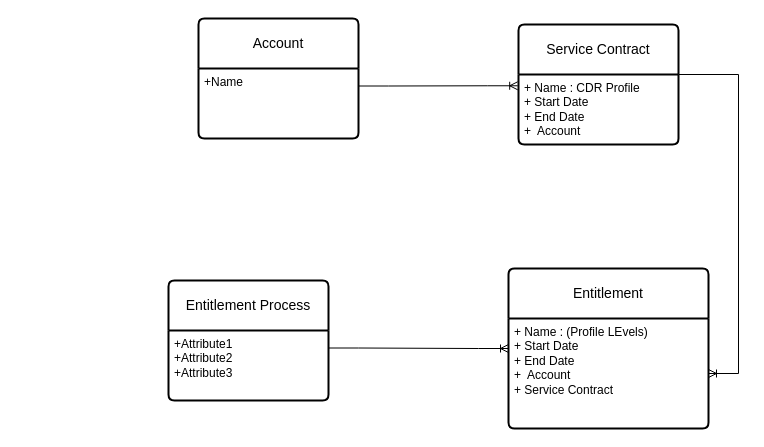
This is Shared Texts files/EurofinerDiagrams/CDR SLA PRODUCT BASED.drawio from navanitK/commonFiles, a draw.io file, before an edit. Source tidied: cells renumbered, new cells numbered last; positions are measured from the earlier drawing's top-left corner, leaving out a move shared by most shapes. Both pictures are drawn from the tidied source at 100%, with x=0, y=0 at pixel (168, 18).
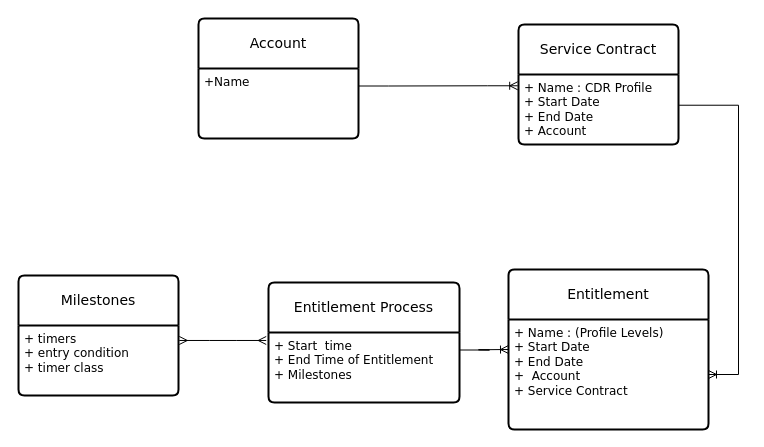
Above is the later version.

Commit message (it also covers changes not shown here):
all good here

What changed in the source:
```diff
@@
 <mxGraphModel>
   <root>
     <mxCell id="0" />
     <mxCell id="1" parent="0" />
-    <mxCell id="2" value="Account" style="swimlane;horizontal=1;startSize=50;rounded=1;fontSize=14;fontStyle=0;strokeWidth=2;shadow=0;dashed=0;align=center;arcSize=4;whiteSpace=wrap;html=1;" parent="1" vertex="1">
+    <mxCell id="2" value="Account" style="swimlane;horizontal=1;startSize=50;rounded=1;fontSize=14;fontStyle=0;strokeWidth=2;shadow=0;dashed=0;align=center;arcSize=4;whiteSpace=wrap;html=1;fontFamily=Verdana;" parent="1" vertex="1">
       <mxGeometry x="30" width="160" height="120" as="geometry" />
     </mxCell>
-    <mxCell id="3" value="+Name&lt;div&gt;&lt;br&gt;&lt;/div&gt;" style="align=left;strokeColor=none;fillColor=none;spacingLeft=4;fontSize=12;verticalAlign=top;html=1;" parent="2" vertex="1">
+    <mxCell id="3" value="+Name&lt;div&gt;&lt;br&gt;&lt;/div&gt;" style="align=left;strokeColor=none;fillColor=none;spacingLeft=4;fontSize=12;verticalAlign=top;html=1;fontFamily=Verdana;" parent="2" vertex="1">
       <mxGeometry y="50" width="160" height="70" as="geometry" />
     </mxCell>
-    <mxCell id="4" value="Service Contract" style="swimlane;horizontal=1;startSize=50;rounded=1;fontSize=14;fontStyle=0;strokeWidth=2;shadow=0;dashed=0;align=center;arcSize=4;whiteSpace=wrap;html=1;" parent="1" vertex="1">
+    <mxCell id="4" value="Service Contract" style="swimlane;horizontal=1;startSize=50;rounded=1;fontSize=14;fontStyle=0;strokeWidth=2;shadow=0;dashed=0;align=center;arcSize=4;whiteSpace=wrap;html=1;fontFamily=Verdana;" parent="1" vertex="1">
       <mxGeometry x="350" y="6" width="160" height="120" as="geometry" />
     </mxCell>
-    <mxCell id="5" value="+ Name : CDR Profile&lt;div&gt;+ Start Date&lt;/div&gt;&lt;div&gt;+ End Date&lt;/div&gt;&lt;div&gt;+&amp;nbsp; Account&lt;/div&gt;" style="align=left;strokeColor=none;fillColor=none;spacingLeft=4;fontSize=12;verticalAlign=top;html=1;" parent="4" vertex="1">
+    <mxCell id="5" value="+ Name : CDR Profile&lt;div&gt;+ Start Date&lt;/div&gt;&lt;div&gt;+ End Date&lt;/div&gt;&lt;div&gt;+ Account&lt;/div&gt;" style="align=left;strokeColor=none;fillColor=none;spacingLeft=4;fontSize=12;verticalAlign=top;html=1;fontFamily=Verdana;" parent="4" vertex="1">
       <mxGeometry y="50" width="160" height="70" as="geometry" />
     </mxCell>
-    <mxCell id="6" value="Entitlement" style="swimlane;horizontal=1;startSize=50;rounded=1;fontSize=14;fontStyle=0;strokeWidth=2;shadow=0;dashed=0;align=center;arcSize=4;whiteSpace=wrap;html=1;" parent="1" vertex="1">
-      <mxGeometry x="340" y="250" width="200" height="160" as="geometry" />
+    <mxCell id="6" value="Entitlement" style="swimlane;horizontal=1;startSize=50;rounded=1;fontSize=14;fontStyle=0;strokeWidth=2;shadow=0;dashed=0;align=center;arcSize=4;whiteSpace=wrap;html=1;fontFamily=Verdana;" parent="1" vertex="1">
+      <mxGeometry x="340" y="251" width="200" height="160" as="geometry" />
     </mxCell>
-    <mxCell id="7" value="+ Name : (Profile LEvels)&lt;div&gt;+ Start Date&lt;/div&gt;&lt;div&gt;+ End Date&lt;/div&gt;&lt;div&gt;+&amp;nbsp; Account&amp;nbsp;&lt;/div&gt;&lt;div&gt;+ Service Contract&lt;/div&gt;" style="align=left;strokeColor=none;fillColor=none;spacingLeft=4;fontSize=12;verticalAlign=top;html=1;" parent="6" vertex="1">
+    <mxCell id="7" value="+ Name : (Profile Levels)&lt;div&gt;+ Start Date&lt;/div&gt;&lt;div&gt;+ End Date&lt;/div&gt;&lt;div&gt;+&amp;nbsp; Account&amp;nbsp;&lt;/div&gt;&lt;div&gt;+ Service Contract&lt;/div&gt;" style="align=left;strokeColor=none;fillColor=none;spacingLeft=4;fontSize=12;verticalAlign=top;html=1;fontFamily=Verdana;" parent="6" vertex="1">
       <mxGeometry y="50" width="200" height="110" as="geometry" />
     </mxCell>
-    <mxCell id="8" style="edgeStyle=entityRelationEdgeStyle;fontSize=12;html=1;endArrow=ERoneToMany;rounded=0;exitX=1;exitY=0;exitDx=0;exitDy=0;" parent="1" edge="1" source="5" target="7">
-      <mxGeometry relative="1" as="geometry" />
+    <mxCell id="8" style="edgeStyle=entityRelationEdgeStyle;fontSize=12;html=1;endArrow=ERoneToMany;rounded=0;exitX=1.004;exitY=0.439;exitDx=0;exitDy=0;exitPerimeter=0;fontFamily=Verdana;" parent="1" edge="1" source="5" target="7">
+      <mxGeometry relative="1" as="geometry">
+        <Array as="points">
+          <mxPoint x="500" y="160" />
+        </Array>
+      </mxGeometry>
     </mxCell>
-    <mxCell id="9" style="edgeStyle=entityRelationEdgeStyle;fontSize=12;html=1;endArrow=ERoneToMany;rounded=0;exitX=1;exitY=0.25;exitDx=0;exitDy=0;entryX=-0.005;entryY=0.161;entryDx=0;entryDy=0;entryPerimeter=0;" parent="1" edge="1" source="3" target="5">
+    <mxCell id="9" style="edgeStyle=entityRelationEdgeStyle;fontSize=12;html=1;endArrow=ERoneToMany;rounded=0;exitX=1;exitY=0.25;exitDx=0;exitDy=0;entryX=-0.005;entryY=0.161;entryDx=0;entryDy=0;entryPerimeter=0;fontFamily=Verdana;" parent="1" edge="1" source="3" target="5">
       <mxGeometry relative="1" as="geometry" />
     </mxCell>
-    <mxCell id="10" value="Entitlement Process" style="swimlane;horizontal=1;startSize=50;rounded=1;fontSize=14;fontStyle=0;strokeWidth=2;shadow=0;dashed=0;align=center;arcSize=4;whiteSpace=wrap;html=1;" parent="1" vertex="1">
-      <mxGeometry y="262" width="160" height="120" as="geometry" />
+    <mxCell id="10" value="Entitlement Process" style="swimlane;horizontal=1;startSize=50;rounded=1;fontSize=14;fontStyle=0;strokeWidth=2;shadow=0;dashed=0;align=center;arcSize=4;whiteSpace=wrap;html=1;fontFamily=Verdana;" parent="1" vertex="1">
+      <mxGeometry x="100" y="264" width="191" height="120" as="geometry" />
     </mxCell>
-    <mxCell id="11" value="+Attribute1&#10;+Attribute2&#10;+Attribute3" style="align=left;strokeColor=none;fillColor=none;spacingLeft=4;fontSize=12;verticalAlign=top;html=1;" parent="10" vertex="1">
-      <mxGeometry y="50" width="160" height="70" as="geometry" />
+    <mxCell id="11" value="+ Start&amp;nbsp; time&amp;nbsp;&lt;div&gt;+ End Time of Entitlement&lt;br&gt;+ Milestones&lt;br&gt;&lt;br&gt;&lt;/div&gt;" style="align=left;strokeColor=none;fillColor=none;spacingLeft=4;fontSize=12;verticalAlign=top;html=1;fontFamily=Verdana;" parent="10" vertex="1">
+      <mxGeometry y="50" width="191" height="70" as="geometry" />
     </mxCell>
-    <mxCell id="12" style="edgeStyle=entityRelationEdgeStyle;fontSize=12;html=1;endArrow=ERoneToMany;rounded=0;entryX=0;entryY=0.5;entryDx=0;entryDy=0;exitX=1;exitY=0.25;exitDx=0;exitDy=0;" parent="1" edge="1" source="11" target="6">
+    <mxCell id="12" style="edgeStyle=entityRelationEdgeStyle;fontSize=12;html=1;endArrow=ERoneToMany;rounded=0;entryX=0;entryY=0.5;entryDx=0;entryDy=0;exitX=1;exitY=0.25;exitDx=0;exitDy=0;fontFamily=Verdana;" parent="1" edge="1" source="11" target="6">
       <mxGeometry relative="1" as="geometry" />
     </mxCell>
+    <mxCell id="13" value="Milestones" style="swimlane;horizontal=1;startSize=50;rounded=1;fontSize=14;fontStyle=0;strokeWidth=2;shadow=0;dashed=0;align=center;arcSize=4;whiteSpace=wrap;html=1;fontFamily=Verdana;" parent="1" vertex="1">
+      <mxGeometry x="-150" y="257" width="160" height="120" as="geometry" />
+    </mxCell>
+    <mxCell id="14" value="+ timers&lt;div&gt;+ entry condition&lt;/div&gt;&lt;div&gt;+ timer class&lt;br&gt;&lt;div&gt;&lt;br&gt;&lt;/div&gt;&lt;/div&gt;" style="align=left;strokeColor=none;fillColor=none;spacingLeft=4;fontSize=12;verticalAlign=top;html=1;fontFamily=Verdana;" parent="13" vertex="1">
+      <mxGeometry y="50" width="160" height="70" as="geometry" />
+    </mxCell>
+    <mxCell id="15" style="edgeStyle=entityRelationEdgeStyle;fontSize=12;html=1;endArrow=ERmany;startArrow=ERmany;rounded=0;entryX=-0.012;entryY=0.114;entryDx=0;entryDy=0;exitX=1.005;exitY=0.214;exitDx=0;exitDy=0;exitPerimeter=0;entryPerimeter=0;fontFamily=Verdana;" parent="1" edge="1" source="14" target="11">
+      <mxGeometry relative="1" as="geometry">
+        <Array as="points">
+          <mxPoint x="-50" y="470" />
+          <mxPoint x="-30" y="480" />
+          <mxPoint x="-120" y="400" />
+          <mxPoint x="260" y="500" />
+          <mxPoint y="380" />
+        </Array>
+      </mxGeometry>
+    </mxCell>
   </root>
 </mxGraphModel>
```
